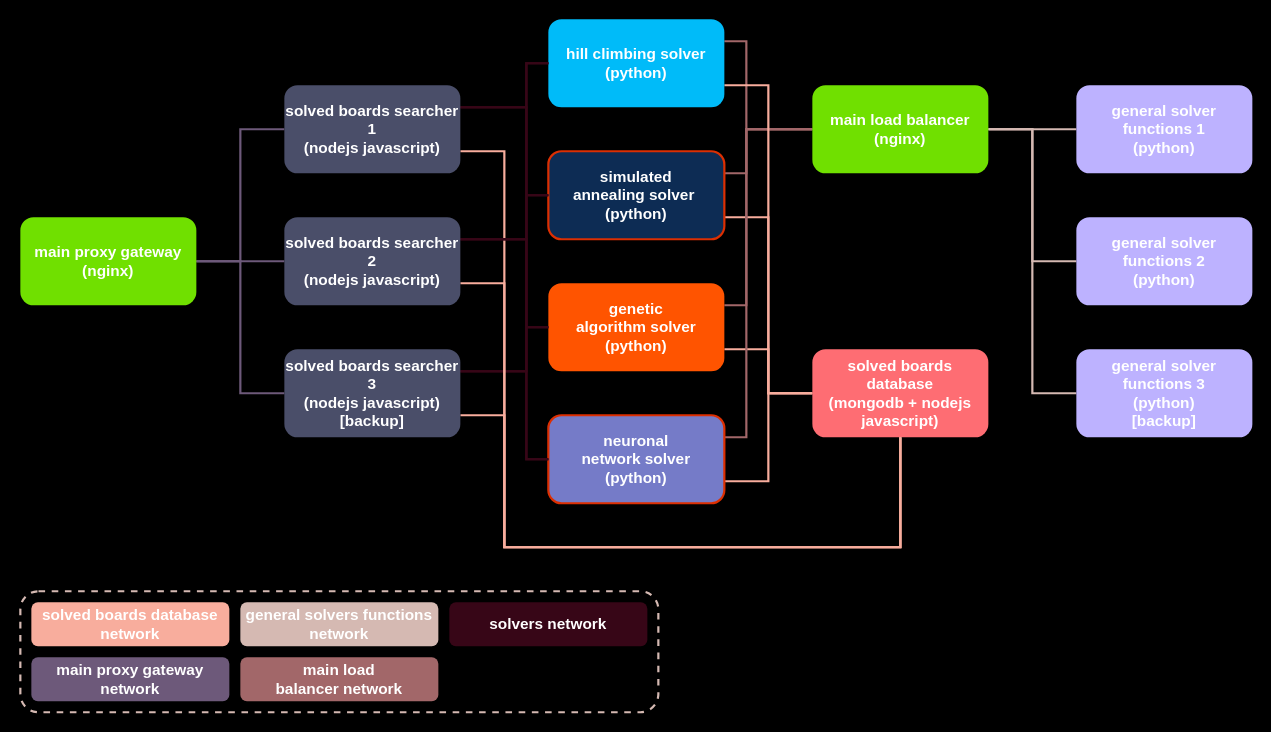
The draw.io diagram images/sudoku_solver.drawio in joseesco24/sudoku_solver, before the edit. Source tidied: cells renumbered, new cells numbered last; positions are measured from the earlier drawing's top-left corner, leaving out a move shared by most shapes. Both pictures are drawn from the tidied source at 110%, with x=0, y=0 at pixel (20, 19).
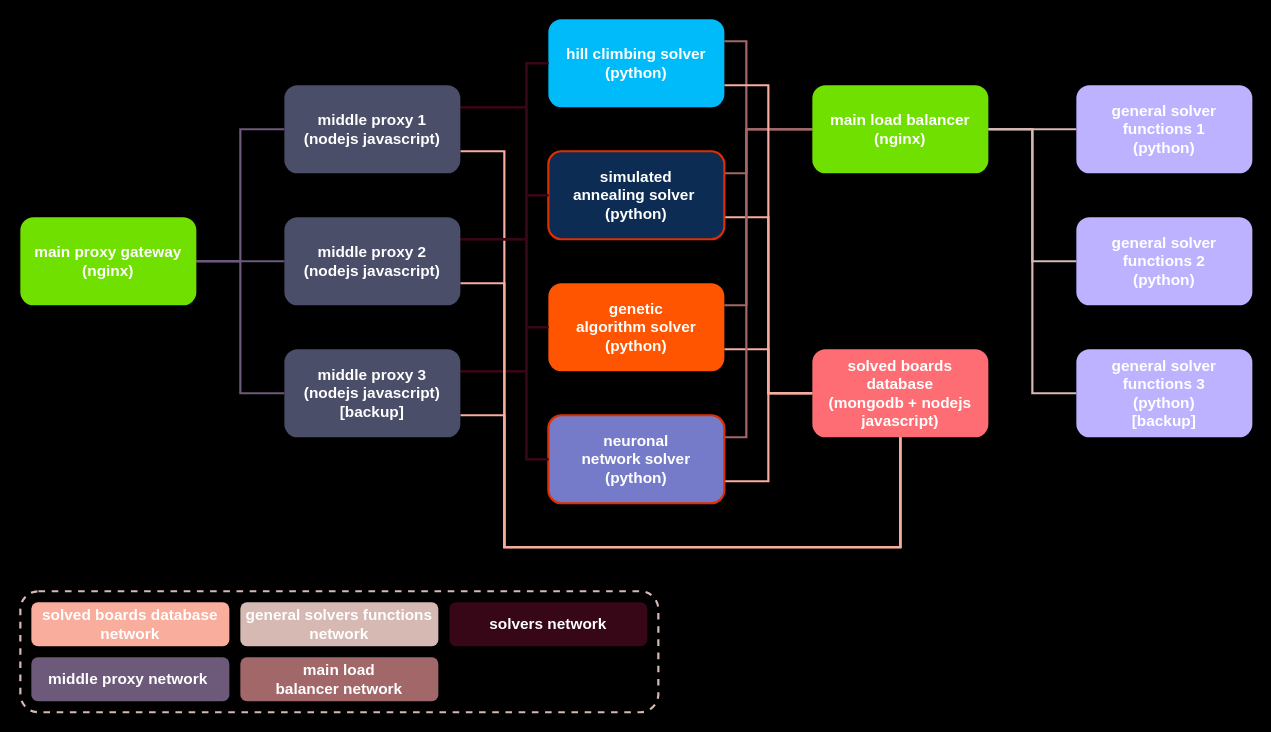
Above is the later version.

Diff of the diagram source:
```diff
@@
-    <mxCell id="27" value="&lt;b&gt;&lt;font style=&quot;font-size: 14px&quot;&gt;main proxy gateway network&lt;/font&gt;&lt;/b&gt;" style="text;html=1;strokeColor=none;align=center;verticalAlign=middle;whiteSpace=wrap;rounded=1;shadow=0;glass=0;sketch=0;fontColor=#FFFFFF;fillColor=#6d597a;" parent="1" vertex="1">
+    <mxCell id="27" value="&lt;font&gt;&lt;span style=&quot;font-size: 14px&quot;&gt;&lt;b&gt;middle proxy network&amp;nbsp;&lt;/b&gt;&lt;/span&gt;&lt;/font&gt;" style="text;html=1;strokeColor=none;align=center;verticalAlign=middle;whiteSpace=wrap;rounded=1;shadow=0;glass=0;sketch=0;fontColor=#FFFFFF;fillColor=#6d597a;" parent="1" vertex="1">
       <mxGeometry x="10" y="580" width="180" height="40" as="geometry" />
     </mxCell>
@@
-    <mxCell id="36" value="&lt;font color=&quot;#ffffff&quot;&gt;&lt;span style=&quot;font-size: 14px&quot;&gt;&lt;b&gt;solved boards searcher 3&lt;br&gt;(nodejs javascript)&lt;br&gt;[backup]&lt;br&gt;&lt;/b&gt;&lt;/span&gt;&lt;/font&gt;" style="rounded=1;whiteSpace=wrap;html=1;strokeWidth=2;strokeColor=none;fillColor=#4a4e69;" parent="1" vertex="1">
+    <mxCell id="36" value="&lt;font color=&quot;#ffffff&quot;&gt;&lt;span style=&quot;font-size: 14px&quot;&gt;&lt;b&gt;middle proxy&lt;/b&gt;&lt;/span&gt;&lt;b style=&quot;font-size: 14px&quot;&gt;&amp;nbsp;3&lt;/b&gt;&lt;br&gt;&lt;b style=&quot;font-size: 14px&quot;&gt;(nodejs javascript)&lt;/b&gt;&lt;br&gt;&lt;b style=&quot;font-size: 14px&quot;&gt;[backup]&lt;/b&gt;&lt;br&gt;&lt;/font&gt;" style="rounded=1;whiteSpace=wrap;html=1;strokeWidth=2;strokeColor=none;fillColor=#4a4e69;" parent="1" vertex="1">
       <mxGeometry x="240" y="300" width="160" height="80" as="geometry" />
     </mxCell>
@@
-    <mxCell id="43" value="&lt;font color=&quot;#ffffff&quot;&gt;&lt;span style=&quot;font-size: 14px&quot;&gt;&lt;b&gt;solved boards searcher 1&lt;br&gt;(nodejs javascript)&lt;/b&gt;&lt;/span&gt;&lt;/font&gt;" style="rounded=1;whiteSpace=wrap;html=1;strokeWidth=2;strokeColor=none;fillColor=#4a4e69;" parent="1" vertex="1">
+    <mxCell id="43" value="&lt;font color=&quot;#ffffff&quot;&gt;&lt;span style=&quot;font-size: 14px&quot;&gt;&lt;b&gt;middle proxy&amp;nbsp;&lt;/b&gt;&lt;/span&gt;&lt;b style=&quot;font-size: 14px&quot;&gt;1&lt;/b&gt;&lt;br&gt;&lt;b style=&quot;font-size: 14px&quot;&gt;(nodejs javascript)&lt;/b&gt;&lt;/font&gt;" style="rounded=1;whiteSpace=wrap;html=1;strokeWidth=2;strokeColor=none;fillColor=#4a4e69;" parent="1" vertex="1">
       <mxGeometry x="240" y="60" width="160" height="80" as="geometry" />
     </mxCell>
@@
-    <mxCell id="49" value="&lt;font color=&quot;#ffffff&quot;&gt;&lt;span style=&quot;font-size: 14px&quot;&gt;&lt;b&gt;solved boards searcher 2&lt;br&gt;(nodejs javascript)&lt;/b&gt;&lt;/span&gt;&lt;/font&gt;" style="rounded=1;whiteSpace=wrap;html=1;strokeWidth=2;strokeColor=none;fillColor=#4a4e69;" parent="1" vertex="1">
+    <mxCell id="49" value="&lt;font color=&quot;#ffffff&quot;&gt;&lt;span style=&quot;font-size: 14px&quot;&gt;&lt;b&gt;middle proxy&lt;/b&gt;&lt;/span&gt;&lt;b style=&quot;font-size: 14px&quot;&gt;&amp;nbsp;2&lt;/b&gt;&lt;br&gt;&lt;b style=&quot;font-size: 14px&quot;&gt;(nodejs javascript)&lt;/b&gt;&lt;/font&gt;" style="rounded=1;whiteSpace=wrap;html=1;strokeWidth=2;strokeColor=none;fillColor=#4a4e69;" parent="1" vertex="1">
       <mxGeometry x="240" y="180" width="160" height="80" as="geometry" />
     </mxCell>
```
